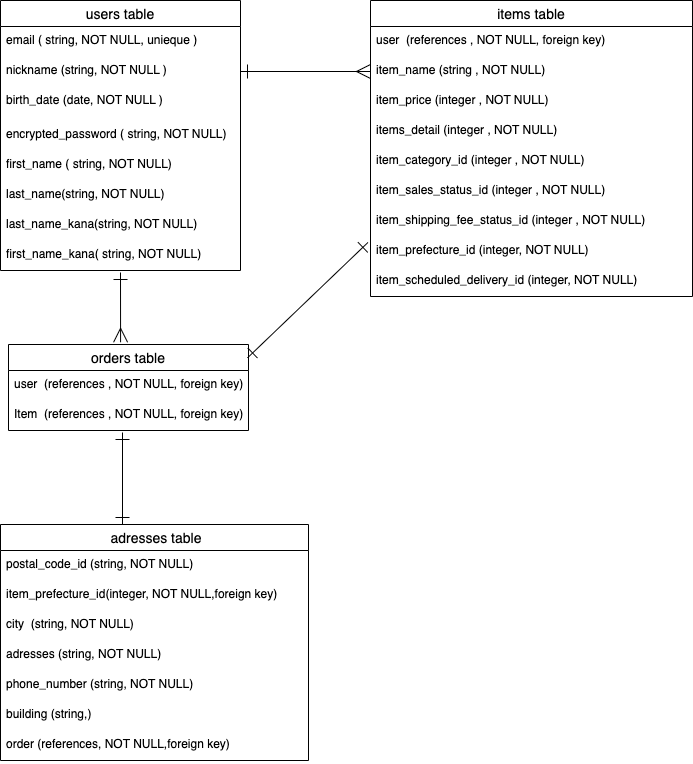
The draw.io diagram app/views/orders/furima.ER..drawio.png in Jyoumama/furima-40508, before a commit. Source tidied: cells renumbered, new cells last; positions are measured from the earlier drawing's top-left corner, leaving out a move shared by most shapes.
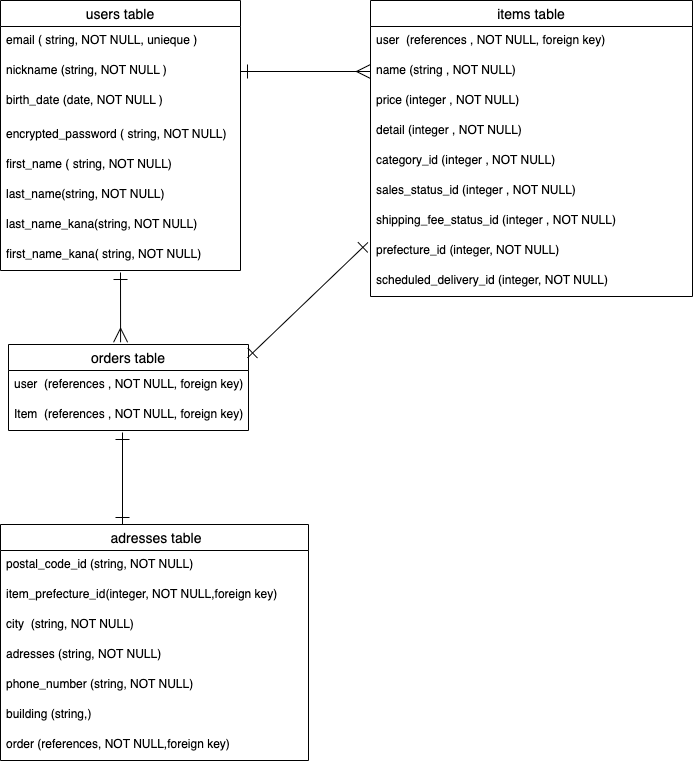
The same file after the commit.

Commit message:
itemsモデルとテーブルの作成（READMEとER図の修正）

Diff of the diagram source:
```diff
@@ -35,28 +35,28 @@
     <mxCell id="12" value="user  (references , NOT NULL, foreign key)" style="text;strokeColor=none;fillColor=none;spacingLeft=4;spacingRight=4;overflow=hidden;fontSize=12;" parent="11" vertex="1">
       <mxGeometry y="26" width="322" height="30" as="geometry" />
     </mxCell>
-    <mxCell id="13" value="item_name (string , NOT NULL)" style="text;strokeColor=none;fillColor=none;spacingLeft=4;spacingRight=4;overflow=hidden;fontSize=12;" parent="11" vertex="1">
+    <mxCell id="13" value="name (string , NOT NULL)" style="text;strokeColor=none;fillColor=none;spacingLeft=4;spacingRight=4;overflow=hidden;fontSize=12;" parent="11" vertex="1">
       <mxGeometry y="56" width="322" height="30" as="geometry" />
     </mxCell>
-    <mxCell id="14" value="item_price (integer , NOT NULL)" style="text;strokeColor=none;fillColor=none;spacingLeft=4;spacingRight=4;overflow=hidden;fontSize=12;" parent="11" vertex="1">
+    <mxCell id="14" value="price (integer , NOT NULL)" style="text;strokeColor=none;fillColor=none;spacingLeft=4;spacingRight=4;overflow=hidden;fontSize=12;" parent="11" vertex="1">
       <mxGeometry y="86" width="322" height="30" as="geometry" />
     </mxCell>
-    <mxCell id="15" value="items_detail (integer , NOT NULL)" style="text;strokeColor=none;fillColor=none;spacingLeft=4;spacingRight=4;overflow=hidden;fontSize=12;" parent="11" vertex="1">
+    <mxCell id="15" value="detail (integer , NOT NULL)" style="text;strokeColor=none;fillColor=none;spacingLeft=4;spacingRight=4;overflow=hidden;fontSize=12;" parent="11" vertex="1">
       <mxGeometry y="116" width="322" height="30" as="geometry" />
     </mxCell>
-    <mxCell id="16" value="item_category_id (integer , NOT NULL)" style="text;strokeColor=none;fillColor=none;spacingLeft=4;spacingRight=4;overflow=hidden;fontSize=12;" parent="11" vertex="1">
+    <mxCell id="16" value="category_id (integer , NOT NULL)" style="text;strokeColor=none;fillColor=none;spacingLeft=4;spacingRight=4;overflow=hidden;fontSize=12;" parent="11" vertex="1">
       <mxGeometry y="146" width="322" height="30" as="geometry" />
     </mxCell>
-    <mxCell id="17" value="item_sales_status_id (integer , NOT NULL)" style="text;strokeColor=none;fillColor=none;spacingLeft=4;spacingRight=4;overflow=hidden;fontSize=12;" parent="11" vertex="1">
+    <mxCell id="17" value="sales_status_id (integer , NOT NULL)" style="text;strokeColor=none;fillColor=none;spacingLeft=4;spacingRight=4;overflow=hidden;fontSize=12;" parent="11" vertex="1">
       <mxGeometry y="176" width="322" height="30" as="geometry" />
     </mxCell>
-    <mxCell id="18" value="item_shipping_fee_status_id (integer , NOT NULL)" style="text;strokeColor=none;fillColor=none;spacingLeft=4;spacingRight=4;overflow=hidden;fontSize=12;" parent="11" vertex="1">
+    <mxCell id="18" value="shipping_fee_status_id (integer , NOT NULL)" style="text;strokeColor=none;fillColor=none;spacingLeft=4;spacingRight=4;overflow=hidden;fontSize=12;" parent="11" vertex="1">
       <mxGeometry y="206" width="322" height="30" as="geometry" />
     </mxCell>
-    <mxCell id="19" value="item_prefecture_id (integer, NOT NULL)" style="text;strokeColor=none;fillColor=none;spacingLeft=4;spacingRight=4;overflow=hidden;points=[[0,0.5],[1,0.5]];portConstraint=eastwest;fontSize=12;" parent="11" vertex="1">
+    <mxCell id="19" value="prefecture_id (integer, NOT NULL)" style="text;strokeColor=none;fillColor=none;spacingLeft=4;spacingRight=4;overflow=hidden;points=[[0,0.5],[1,0.5]];portConstraint=eastwest;fontSize=12;" parent="11" vertex="1">
       <mxGeometry y="236" width="322" height="30" as="geometry" />
     </mxCell>
-    <mxCell id="20" value="item_scheduled_delivery_id (integer, NOT NULL)" style="text;strokeColor=none;fillColor=none;spacingLeft=4;spacingRight=4;overflow=hidden;fontSize=12;" parent="11" vertex="1">
+    <mxCell id="20" value="scheduled_delivery_id (integer, NOT NULL)" style="text;strokeColor=none;fillColor=none;spacingLeft=4;spacingRight=4;overflow=hidden;fontSize=12;" parent="11" vertex="1">
       <mxGeometry y="266" width="322" height="30" as="geometry" />
     </mxCell>
     <mxCell id="21" style="edgeStyle=none;jumpSize=10;html=1;startArrow=ERmany;startFill=0;endArrow=ERone;endFill=0;startSize=12;endSize=12;exitX=0.467;exitY=-0.026;exitDx=0;exitDy=0;exitPerimeter=0;" parent="1" edge="1" source="22">
```
